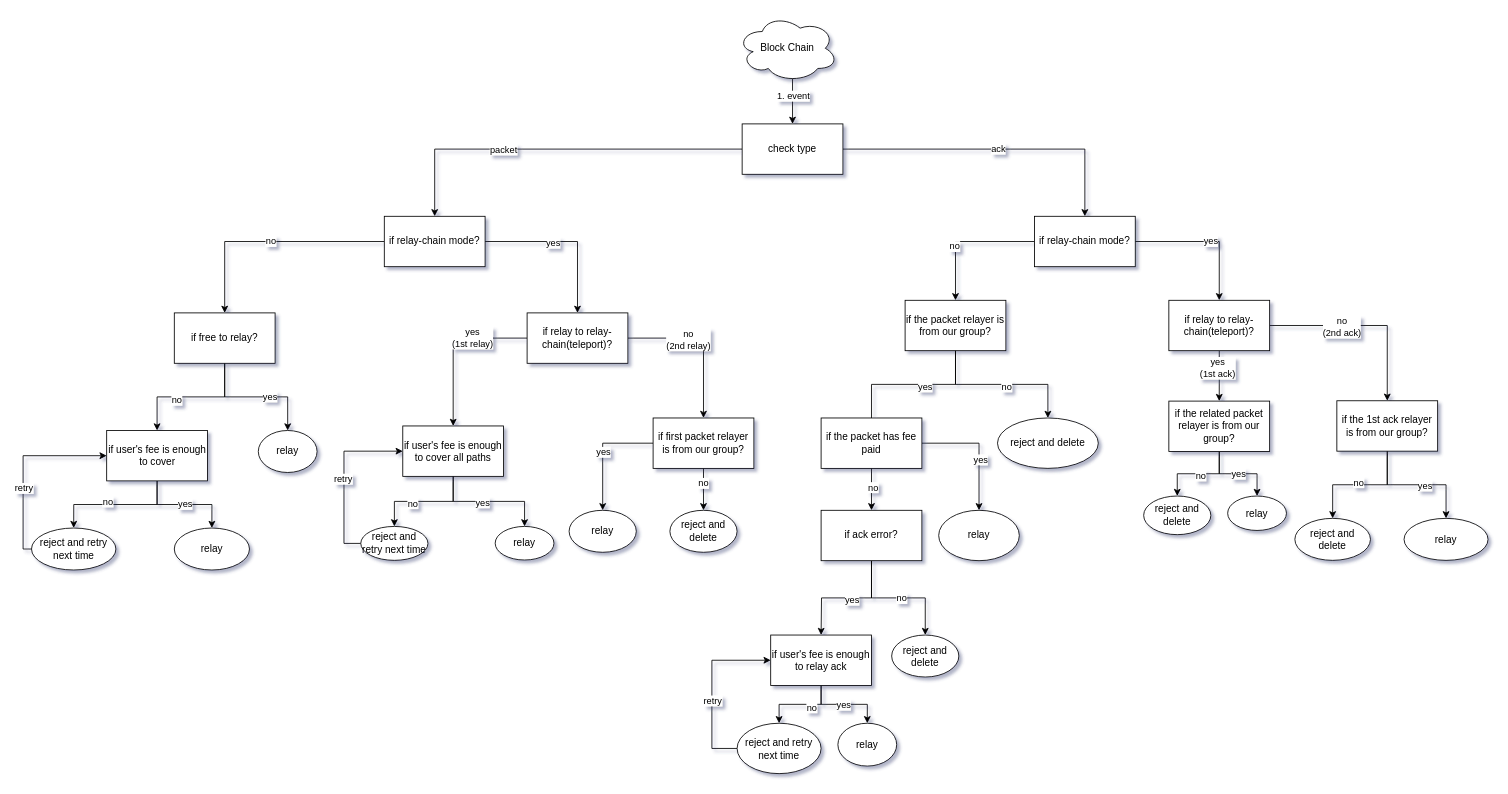
This is Untitled Diagram.drawio from FletcherMan/diagrams, a draw.io file, before an edit. Source tidied: cells renumbered, new cells numbered last; positions are measured from the earlier drawing's top-left corner, leaving out a move shared by most shapes. Both pictures are drawn from the tidied source at 84%, with x=0, y=0 at pixel (23, 14).
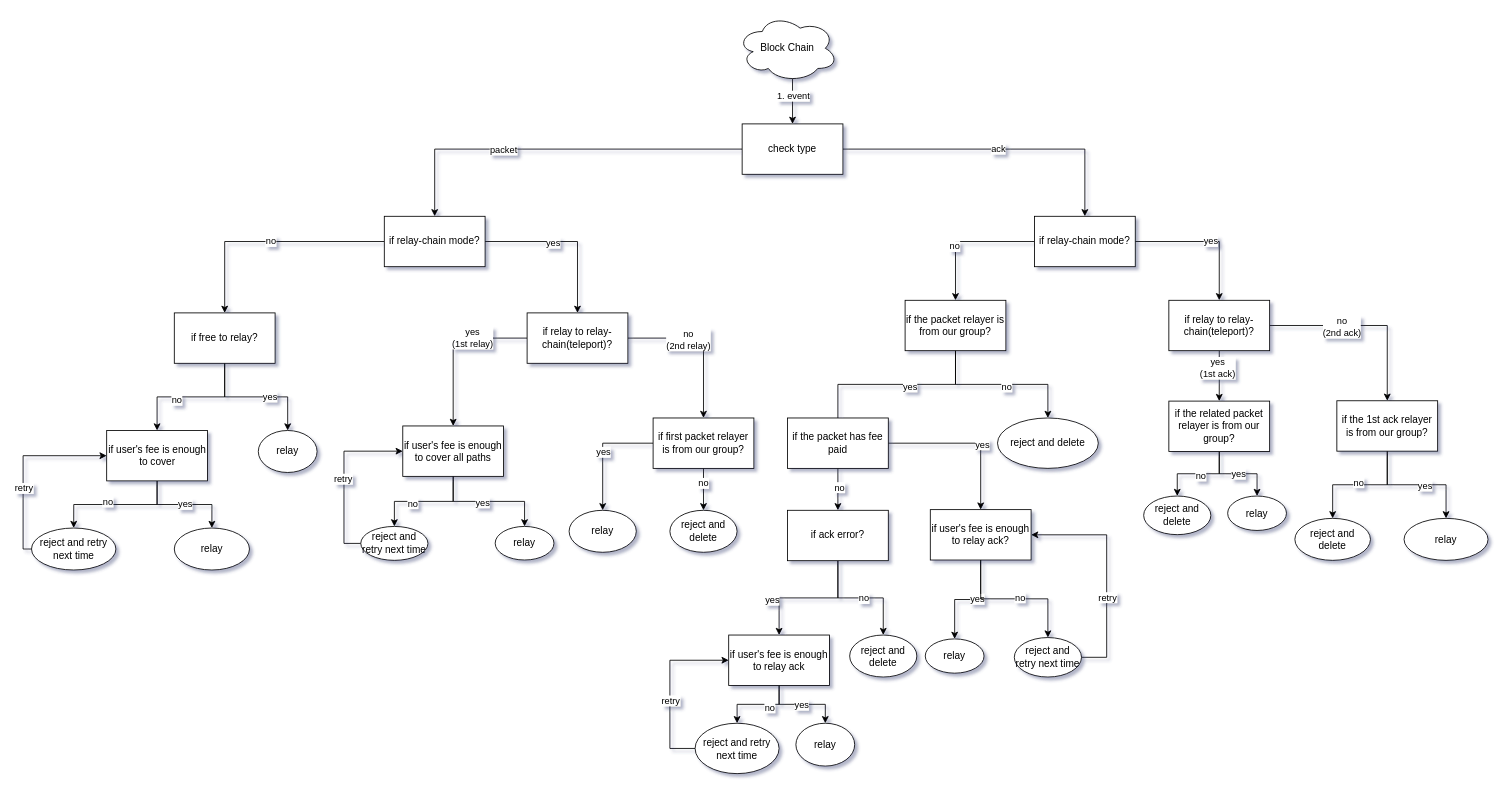
After the change.

Unchanged cells that the change refers to:
```xml
<mxCell id="48" value="if the packet relayer is from our group?" style="whiteSpace=wrap;html=1;rounded=0;" parent="1" vertex="1">
  <mxGeometry x="1050" y="340" width="120" height="60" as="geometry" />
</mxCell>
```

The edit, as a diff of the source:
```diff
@@
-    <mxCell id="56" style="edgeStyle=orthogonalEdgeStyle;rounded=0;jettySize=auto;html=1;entryX=0.5;entryY=0;entryDx=0;entryDy=0;exitX=0.5;exitY=1;exitDx=0;exitDy=0;" parent="1" edge="1" source="58">
-      <mxGeometry relative="1" as="geometry">
-        <mxPoint x="950" y="738.5" as="targetPoint" />
-      </mxGeometry>
+    <mxCell id="56" style="edgeStyle=orthogonalEdgeStyle;rounded=0;jettySize=auto;html=1;entryX=0.5;entryY=0;entryDx=0;entryDy=0;exitX=0.5;exitY=1;exitDx=0;exitDy=0;" parent="1" edge="1" source="58" target="64">
+      <mxGeometry relative="1" as="geometry" />
     </mxCell>
     <mxCell id="57" value="yes" style="edgeLabel;html=1;align=center;verticalAlign=middle;" parent="56" vertex="1">
       <mxGeometry x="-0.08" y="1" relative="1" as="geometry">
-        <mxPoint y="1" as="offset" />
+        <mxPoint x="-50" y="1" as="offset" />
       </mxGeometry>
     </mxCell>
     <mxCell id="58" value="if ack error?" style="whiteSpace=wrap;html=1;rounded=0;" parent="1" vertex="1">
-      <mxGeometry x="950" y="590" width="120" height="60" as="geometry" />
+      <mxGeometry x="910" y="590" width="120" height="60" as="geometry" />
     </mxCell>
     <mxCell id="59" value="reject and delete" style="ellipse;whiteSpace=wrap;html=1;rounded=0;" parent="1" vertex="1">
-      <mxGeometry x="1034" y="738.5" width="80" height="50" as="geometry" />
+      <mxGeometry x="984" y="738.5" width="80" height="50" as="geometry" />
     </mxCell>
@@
     <mxCell id="64" value="if user's fee is enough to relay ack" style="whiteSpace=wrap;html=1;rounded=0;" parent="1" vertex="1">
-      <mxGeometry x="890" y="738.5" width="120" height="60" as="geometry" />
+      <mxGeometry x="840" y="738.5" width="120" height="60" as="geometry" />
     </mxCell>
     <mxCell id="65" style="edgeStyle=orthogonalEdgeStyle;rounded=0;jettySize=auto;html=1;entryX=0;entryY=0.5;entryDx=0;entryDy=0;exitX=0;exitY=0.5;exitDx=0;exitDy=0;" parent="1" edge="1" source="67" target="64">
       <mxGeometry relative="1" as="geometry">
         <Array as="points">
-          <mxPoint x="820" y="873.4" />
-          <mxPoint x="820" y="768.4" />
+          <mxPoint x="770" y="873.4" />
+          <mxPoint x="770" y="768.4" />
         </Array>
       </mxGeometry>
     </mxCell>
@@
     <mxCell id="67" value="reject and retry next time" style="ellipse;whiteSpace=wrap;html=1;rounded=0;" parent="1" vertex="1">
-      <mxGeometry x="850" y="843.5" width="100" height="60" as="geometry" />
+      <mxGeometry x="800" y="843.5" width="100" height="60" as="geometry" />
     </mxCell>
     <mxCell id="68" value="relay" style="ellipse;whiteSpace=wrap;html=1;rounded=0;" parent="1" vertex="1">
-      <mxGeometry x="970" y="843.5" width="70" height="51" as="geometry" />
+      <mxGeometry x="920" y="843.5" width="70" height="51" as="geometry" />
     </mxCell>
@@
-    <mxCell id="95" style="edgeStyle=orthogonalEdgeStyle;rounded=0;jettySize=auto;html=1;entryX=0.5;entryY=0;entryDx=0;entryDy=0;" parent="1" edge="1" source="97" target="100">
+    <mxCell id="95" style="edgeStyle=orthogonalEdgeStyle;rounded=0;jettySize=auto;html=1;entryX=0.5;entryY=0;entryDx=0;entryDy=0;" parent="1" edge="1" source="97" target="105">
       <mxGeometry relative="1" as="geometry" />
     </mxCell>
@@
     <mxCell id="97" value="if the packet has fee paid" style="rounded=0;whiteSpace=wrap;html=1;" parent="1" vertex="1">
-      <mxGeometry x="950" y="480.1" width="120" height="60" as="geometry" />
+      <mxGeometry x="910" y="480.1" width="120" height="60" as="geometry" />
     </mxCell>
-    <mxCell id="98" style="edgeStyle=orthogonalEdgeStyle;rounded=0;jettySize=auto;html=1;endArrow=none;" parent="1" edge="1" source="48" target="97">
+    <mxCell id="98" style="edgeStyle=orthogonalEdgeStyle;rounded=0;jettySize=auto;html=1;endArrow=none;exitX=0.5;exitY=1;exitDx=0;exitDy=0;" parent="1" edge="1" source="48" target="97">
       <mxGeometry relative="1" as="geometry" />
     </mxCell>
@@
+    <mxCell id="101" style="edgeStyle=orthogonalEdgeStyle;rounded=0;jettySize=auto;html=1;" parent="1" edge="1" source="105" target="100">
+      <mxGeometry relative="1" as="geometry" />
+    </mxCell>
+    <mxCell id="102" value="yes" style="edgeLabel;html=1;align=center;verticalAlign=middle;" parent="101" vertex="1">
+      <mxGeometry x="-0.17" y="-1" relative="1" as="geometry" />
+    </mxCell>
+    <mxCell id="103" style="edgeStyle=orthogonalEdgeStyle;rounded=0;jettySize=auto;html=1;exitX=0.5;exitY=1;exitDx=0;exitDy=0;entryX=0.5;entryY=0;entryDx=0;entryDy=0;" parent="1" edge="1" source="105" target="108">
+      <mxGeometry relative="1" as="geometry" />
+    </mxCell>
+    <mxCell id="104" value="no" style="edgeLabel;html=1;align=center;verticalAlign=middle;" parent="103" vertex="1">
+      <mxGeometry x="0.08" y="2" relative="1" as="geometry" />
+    </mxCell>
+    <mxCell id="105" value="if user's fee is enough to relay ack?" style="rounded=0;whiteSpace=wrap;html=1;" parent="1" vertex="1">
+      <mxGeometry x="1080" y="589.2" width="120" height="60" as="geometry" />
+    </mxCell>
-    <mxCell id="100" value="relay" style="ellipse;whiteSpace=wrap;html=1;" parent="1" vertex="1">
-      <mxGeometry x="1090" y="590" width="96" height="60" as="geometry" />
+    <mxCell id="100" value="relay" style="ellipse;whiteSpace=wrap;html=1;rounded=0;" parent="1" vertex="1">
+      <mxGeometry x="1074" y="743.1" width="70" height="40.8" as="geometry" />
     </mxCell>
+    <mxCell id="106" style="edgeStyle=orthogonalEdgeStyle;rounded=0;jettySize=auto;html=1;entryX=1;entryY=0.5;entryDx=0;entryDy=0;" parent="1" edge="1" source="108" target="105">
+      <mxGeometry relative="1" as="geometry">
+        <Array as="points">
+          <mxPoint x="1290" y="765" />
+          <mxPoint x="1290" y="619" />
+        </Array>
+      </mxGeometry>
+    </mxCell>
+    <mxCell id="107" value="retry" style="edgeLabel;html=1;align=center;verticalAlign=middle;" parent="106" vertex="1">
+      <mxGeometry x="-0.23" relative="1" as="geometry" />
+    </mxCell>
+    <mxCell id="108" value="reject and retry next time" style="ellipse;whiteSpace=wrap;html=1;" parent="1" vertex="1">
+      <mxGeometry x="1180" y="741.5" width="80" height="47" as="geometry" />
+    </mxCell>
```
